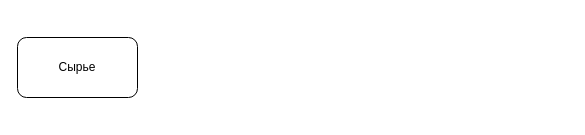
Above: Assets/Documents/Производство.drawio in MatherTGL/Mexico-Tycoon-Last (draw.io), before the change. Source tidied: cells renumbered, new cells numbered last; positions are measured from the earlier drawing's top-left corner, leaving out a move shared by most shapes. Both pictures are drawn from the tidied source at 100%, with x=0, y=0 at pixel (17, 37).
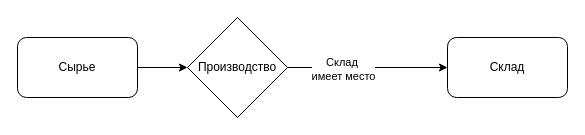
The same diagram, later.

Change to the diagram source:
```diff
@@
 <mxGraphModel>
   <root>
     <mxCell id="0" />
     <mxCell id="1" parent="0" />
     <mxCell id="2" value="Сырье" style="rounded=1;whiteSpace=wrap;html=1;" parent="1" vertex="1">
       <mxGeometry width="120" height="60" as="geometry" />
     </mxCell>
+    <mxCell id="3" value="Производство" style="rhombus;whiteSpace=wrap;html=1;" parent="1" vertex="1">
+      <mxGeometry x="170" y="-20" width="100" height="100" as="geometry" />
+    </mxCell>
+    <mxCell id="4" value="Склад" style="rounded=1;whiteSpace=wrap;html=1;" parent="1" vertex="1">
+      <mxGeometry x="430" width="120" height="60" as="geometry" />
+    </mxCell>
+    <mxCell id="5" style="endArrow=classic;html=1;rounded=0;exitX=1;exitY=0.5;exitDx=0;exitDy=0;entryX=0;entryY=0.5;entryDx=0;entryDy=0;" parent="1" edge="1" source="2" target="3">
+      <mxGeometry relative="1" as="geometry" />
+    </mxCell>
+    <mxCell id="6" style="endArrow=classic;html=1;rounded=0;entryX=0;entryY=0.5;entryDx=0;entryDy=0;exitX=1;exitY=0.5;exitDx=0;exitDy=0;" parent="1" edge="1" source="3" target="4">
+      <mxGeometry relative="1" as="geometry" />
+    </mxCell>
+    <mxCell id="7" value="&lt;div&gt;Склад&amp;nbsp;&lt;/div&gt;&lt;div&gt;имеет место&lt;/div&gt;" style="edgeLabel;html=1;align=center;verticalAlign=middle;" parent="6" vertex="1">
+      <mxGeometry x="-0.31" y="-1" relative="1" as="geometry" />
+    </mxCell>
   </root>
 </mxGraphModel>
```
